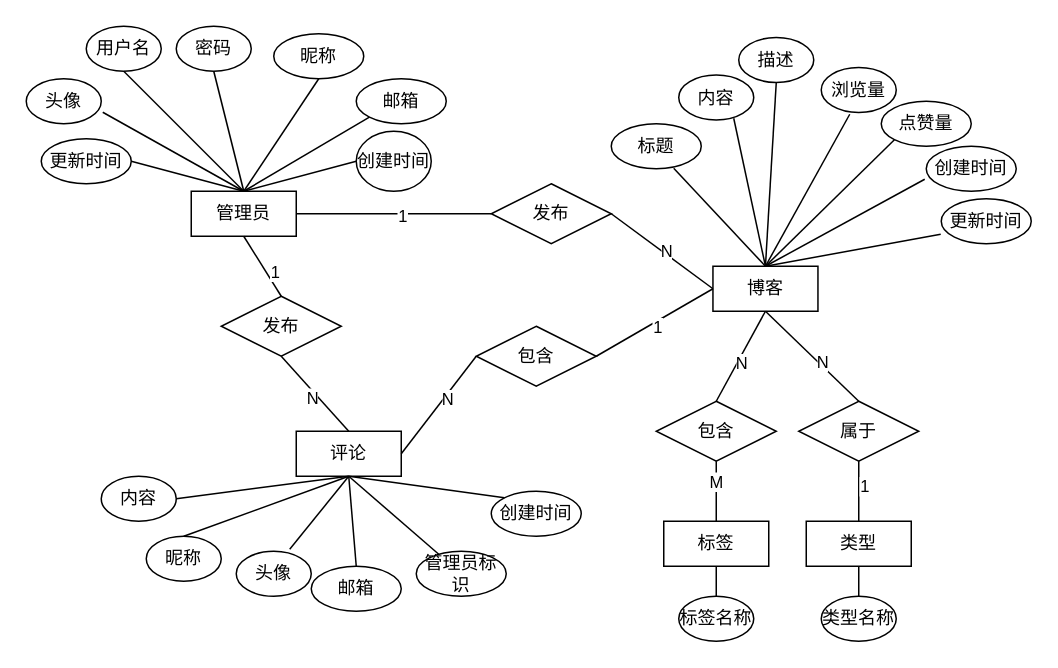
Earlier version of the draw.io diagram 个人博客系统E-R图.drawio (zyl-2000/draw). Source tidied: cells renumbered, new cells numbered last; positions are measured from the earlier drawing's top-left corner, leaving out a move shared by most shapes. Both pictures are drawn from the tidied source at 150%, with x=0, y=0 at pixel (26, 26).
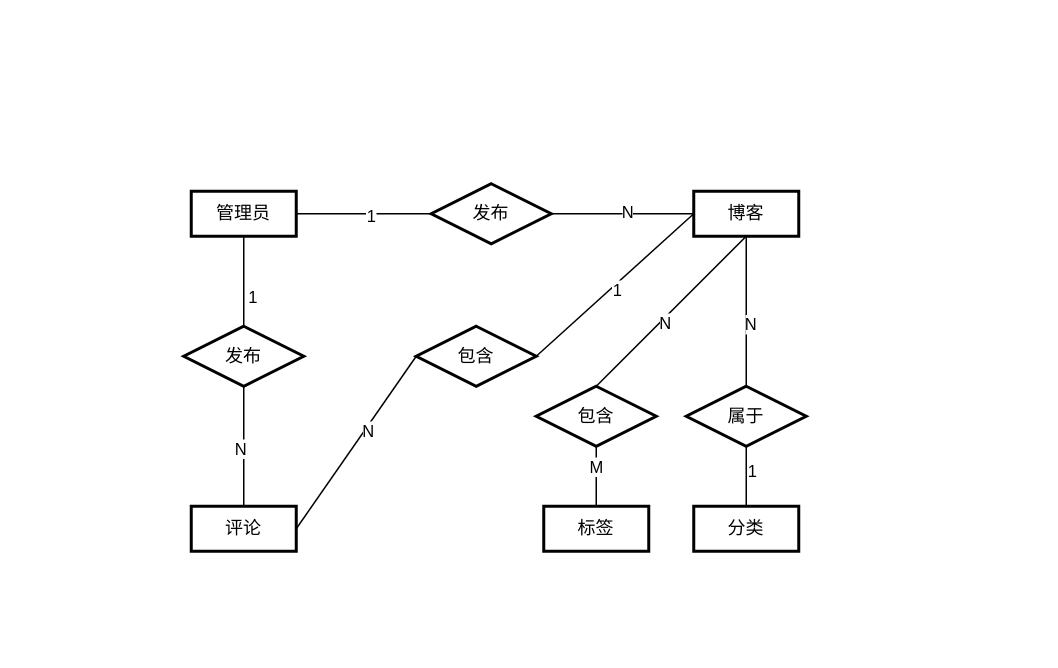
Above is the later version.

Commit message:
更新个人博客系统E-R图.drawio

What changed in the source:
```diff
@@
-    <mxCell id="2" value="管理员" style="rounded=0;whiteSpace=wrap;html=1;" parent="1" vertex="1">
+    <mxCell id="2" value="管理员" style="rounded=0;whiteSpace=wrap;html=1;strokeWidth=2;" parent="1" vertex="1">
       <mxGeometry x="110" y="110" width="70" height="30" as="geometry" />
     </mxCell>
-    <mxCell id="3" value="用户名" style="ellipse;whiteSpace=wrap;html=1;" parent="1" vertex="1">
-      <mxGeometry x="40" width="50" height="30" as="geometry" />
-    </mxCell>
-    <mxCell id="4" value="密码" style="ellipse;whiteSpace=wrap;html=1;" parent="1" vertex="1">
-      <mxGeometry x="100" width="50" height="30" as="geometry" />
-    </mxCell>
-    <mxCell id="5" value="昵称" style="ellipse;whiteSpace=wrap;html=1;" parent="1" vertex="1">
-      <mxGeometry x="165" y="5" width="60" height="30" as="geometry" />
-    </mxCell>
-    <mxCell id="6" value="邮箱" style="ellipse;whiteSpace=wrap;html=1;" parent="1" vertex="1">
-      <mxGeometry x="220" y="35" width="60" height="30" as="geometry" />
-    </mxCell>
-    <mxCell id="7" value="头像" style="ellipse;whiteSpace=wrap;html=1;" parent="1" vertex="1">
-      <mxGeometry y="35" width="50" height="30" as="geometry" />
-    </mxCell>
-    <mxCell id="8" value="更新时间" style="ellipse;whiteSpace=wrap;html=1;" parent="1" vertex="1">
-      <mxGeometry x="10" y="75" width="60" height="30" as="geometry" />
-    </mxCell>
-    <mxCell id="9" value="创建时间" style="ellipse;whiteSpace=wrap;html=1;" parent="1" vertex="1">
-      <mxGeometry x="220" y="70" width="50" height="40" as="geometry" />
-    </mxCell>
-    <mxCell id="10" value="博客" style="rounded=0;whiteSpace=wrap;html=1;" parent="1" vertex="1">
-      <mxGeometry x="457.8" y="160" width="70" height="30" as="geometry" />
+    <mxCell id="10" value="博客" style="rounded=0;whiteSpace=wrap;html=1;strokeWidth=2;" parent="1" vertex="1">
+      <mxGeometry x="445" y="110" width="70" height="30" as="geometry" />
     </mxCell>
-    <mxCell id="11" value="描述" style="ellipse;whiteSpace=wrap;html=1;" parent="1" vertex="1">
-      <mxGeometry x="475" y="7.5" width="50" height="30" as="geometry" />
-    </mxCell>
-    <mxCell id="12" value="浏览量" style="ellipse;whiteSpace=wrap;html=1;" parent="1" vertex="1">
-      <mxGeometry x="530" y="27.5" width="50" height="30" as="geometry" />
-    </mxCell>
-    <mxCell id="13" value="点赞量" style="ellipse;whiteSpace=wrap;html=1;" parent="1" vertex="1">
-      <mxGeometry x="570" y="50" width="60" height="30" as="geometry" />
-    </mxCell>
-    <mxCell id="14" value="更新时间" style="ellipse;whiteSpace=wrap;html=1;" parent="1" vertex="1">
-      <mxGeometry x="610" y="115" width="60" height="30" as="geometry" />
-    </mxCell>
-    <mxCell id="15" value="内容" style="ellipse;whiteSpace=wrap;html=1;" parent="1" vertex="1">
-      <mxGeometry x="435" y="32.5" width="50" height="30" as="geometry" />
-    </mxCell>
-    <mxCell id="16" value="标题" style="ellipse;whiteSpace=wrap;html=1;" parent="1" vertex="1">
-      <mxGeometry x="390" y="65" width="60" height="30" as="geometry" />
-    </mxCell>
-    <mxCell id="17" value="创建时间" style="ellipse;whiteSpace=wrap;html=1;" parent="1" vertex="1">
-      <mxGeometry x="600" y="80" width="60" height="30" as="geometry" />
-    </mxCell>
-    <mxCell id="18" value="评论" style="rounded=0;whiteSpace=wrap;html=1;" parent="1" vertex="1">
-      <mxGeometry x="180" y="270" width="70" height="30" as="geometry" />
+    <mxCell id="18" value="评论" style="rounded=0;whiteSpace=wrap;html=1;strokeWidth=2;" parent="1" vertex="1">
+      <mxGeometry x="110" y="320" width="70" height="30" as="geometry" />
     </mxCell>
-    <mxCell id="19" value="昵称" style="ellipse;whiteSpace=wrap;html=1;" parent="1" vertex="1">
-      <mxGeometry x="80" y="340" width="50" height="30" as="geometry" />
-    </mxCell>
-    <mxCell id="20" value="头像" style="ellipse;whiteSpace=wrap;html=1;" parent="1" vertex="1">
-      <mxGeometry x="140" y="350" width="50" height="30" as="geometry" />
-    </mxCell>
-    <mxCell id="21" value="管理员标识" style="ellipse;whiteSpace=wrap;html=1;" parent="1" vertex="1">
-      <mxGeometry x="260" y="350" width="60" height="30" as="geometry" />
-    </mxCell>
-    <mxCell id="22" value="内容" style="ellipse;whiteSpace=wrap;html=1;" parent="1" vertex="1">
-      <mxGeometry x="50" y="300" width="50" height="30" as="geometry" />
-    </mxCell>
-    <mxCell id="23" value="创建时间" style="ellipse;whiteSpace=wrap;html=1;" parent="1" vertex="1">
-      <mxGeometry x="310" y="310" width="60" height="30" as="geometry" />
-    </mxCell>
-    <mxCell id="24" value="类型" style="rounded=0;whiteSpace=wrap;html=1;" parent="1" vertex="1">
-      <mxGeometry x="520" y="330" width="70" height="30" as="geometry" />
+    <mxCell id="24" value="分类" style="rounded=0;whiteSpace=wrap;html=1;strokeWidth=2;" parent="1" vertex="1">
+      <mxGeometry x="445" y="320" width="70" height="30" as="geometry" />
     </mxCell>
-    <mxCell id="25" value="类型名称" style="ellipse;whiteSpace=wrap;html=1;" parent="1" vertex="1">
-      <mxGeometry x="530" y="380" width="50" height="30" as="geometry" />
-    </mxCell>
-    <mxCell id="26" value="标签" style="rounded=0;whiteSpace=wrap;html=1;" parent="1" vertex="1">
-      <mxGeometry x="425" y="330" width="70" height="30" as="geometry" />
+    <mxCell id="26" value="标签" style="rounded=0;whiteSpace=wrap;html=1;strokeWidth=2;" parent="1" vertex="1">
+      <mxGeometry x="345" y="320" width="70" height="30" as="geometry" />
     </mxCell>
-    <mxCell id="27" value="标签名称" style="ellipse;whiteSpace=wrap;html=1;" parent="1" vertex="1">
-      <mxGeometry x="435" y="380" width="50" height="30" as="geometry" />
-    </mxCell>
-    <mxCell id="28" value="发布" style="rhombus;whiteSpace=wrap;html=1;" parent="1" vertex="1">
-      <mxGeometry x="310" y="105" width="80" height="40" as="geometry" />
+    <mxCell id="28" value="发布" style="rhombus;whiteSpace=wrap;html=1;strokeWidth=2;" parent="1" vertex="1">
+      <mxGeometry x="270" y="105" width="80" height="40" as="geometry" />
     </mxCell>
-    <mxCell id="29" value="邮箱" style="ellipse;whiteSpace=wrap;html=1;" parent="1" vertex="1">
-      <mxGeometry x="190" y="360" width="60" height="30" as="geometry" />
-    </mxCell>
-    <mxCell id="30" value="属于" style="rhombus;whiteSpace=wrap;html=1;" parent="1" vertex="1">
-      <mxGeometry x="515" y="250" width="80" height="40" as="geometry" />
+    <mxCell id="30" value="属于" style="rhombus;whiteSpace=wrap;html=1;strokeWidth=2;" parent="1" vertex="1">
+      <mxGeometry x="440" y="240" width="80" height="40" as="geometry" />
     </mxCell>
-    <mxCell id="31" value="包含" style="rhombus;whiteSpace=wrap;html=1;" parent="1" vertex="1">
-      <mxGeometry x="420" y="250" width="80" height="40" as="geometry" />
+    <mxCell id="31" value="包含" style="rhombus;whiteSpace=wrap;html=1;strokeWidth=2;" parent="1" vertex="1">
+      <mxGeometry x="340" y="240" width="80" height="40" as="geometry" />
     </mxCell>
-    <mxCell id="32" style="endArrow=none;html=1;rounded=0;entryX=0.5;entryY=1;entryDx=0;entryDy=0;exitX=0.5;exitY=0;exitDx=0;exitDy=0;" parent="1" edge="1" source="2" target="4">
-      <mxGeometry relative="1" as="geometry" />
-    </mxCell>
-    <mxCell id="33" style="endArrow=none;html=1;rounded=0;entryX=0.5;entryY=0;entryDx=0;entryDy=0;exitX=0.5;exitY=1;exitDx=0;exitDy=0;" parent="1" edge="1" source="5" target="2">
-      <mxGeometry relative="1" as="geometry" />
-    </mxCell>
-    <mxCell id="34" style="endArrow=none;html=1;rounded=0;entryX=0.5;entryY=0;entryDx=0;entryDy=0;exitX=0;exitY=0.5;exitDx=0;exitDy=0;" parent="1" edge="1" source="9" target="2">
-      <mxGeometry relative="1" as="geometry" />
-    </mxCell>
-    <mxCell id="35" style="endArrow=none;html=1;rounded=0;entryX=0.5;entryY=0;entryDx=0;entryDy=0;exitX=0;exitY=1;exitDx=0;exitDy=0;" parent="1" edge="1" source="6" target="2">
-      <mxGeometry relative="1" as="geometry" />
-    </mxCell>
-    <mxCell id="36" style="endArrow=none;html=1;rounded=0;exitX=1;exitY=0.5;exitDx=0;exitDy=0;entryX=0.5;entryY=0;entryDx=0;entryDy=0;" parent="1" edge="1" source="8" target="2">
-      <mxGeometry relative="1" as="geometry" />
-    </mxCell>
-    <mxCell id="37" style="endArrow=none;html=1;rounded=0;exitX=1.02;exitY=0.744;exitDx=0;exitDy=0;exitPerimeter=0;entryX=0.5;entryY=0;entryDx=0;entryDy=0;" parent="1" edge="1" source="7" target="2">
-      <mxGeometry relative="1" as="geometry" />
-    </mxCell>
-    <mxCell id="38" style="endArrow=none;html=1;rounded=0;entryX=0.5;entryY=1;entryDx=0;entryDy=0;exitX=0.5;exitY=0;exitDx=0;exitDy=0;" parent="1" edge="1" source="2" target="3">
-      <mxGeometry relative="1" as="geometry" />
-    </mxCell>
@@
-    <mxCell id="43" style="endArrow=none;html=1;rounded=0;entryX=0.5;entryY=1;entryDx=0;entryDy=0;exitX=0.5;exitY=0;exitDx=0;exitDy=0;" parent="1" edge="1" source="19" target="18">
-      <mxGeometry relative="1" as="geometry" />
-    </mxCell>
-    <mxCell id="44" style="endArrow=none;html=1;rounded=0;entryX=0.5;entryY=0;entryDx=0;entryDy=0;exitX=0.5;exitY=1;exitDx=0;exitDy=0;" parent="1" edge="1" source="18" target="29">
-      <mxGeometry relative="1" as="geometry" />
-    </mxCell>
-    <mxCell id="45" style="endArrow=none;html=1;rounded=0;entryX=0.713;entryY=-0.044;entryDx=0;entryDy=0;exitX=0.5;exitY=1;exitDx=0;exitDy=0;entryPerimeter=0;" parent="1" edge="1" source="18" target="20">
-      <mxGeometry relative="1" as="geometry" />
-    </mxCell>
-    <mxCell id="46" style="endArrow=none;html=1;rounded=0;exitX=0.5;exitY=1;exitDx=0;exitDy=0;" parent="1" edge="1" source="18" target="21">
-      <mxGeometry relative="1" as="geometry" />
-    </mxCell>
-    <mxCell id="47" style="endArrow=none;html=1;rounded=0;entryX=0.5;entryY=1;entryDx=0;entryDy=0;exitX=0;exitY=0;exitDx=0;exitDy=0;" parent="1" edge="1" source="23" target="18">
-      <mxGeometry relative="1" as="geometry" />
-    </mxCell>
-    <mxCell id="48" style="endArrow=none;html=1;rounded=0;entryX=0.5;entryY=0;entryDx=0;entryDy=0;exitX=-0.006;exitY=0.789;exitDx=0;exitDy=0;exitPerimeter=0;" parent="1" edge="1" source="14" target="10">
-      <mxGeometry relative="1" as="geometry" />
-    </mxCell>
-    <mxCell id="49" style="endArrow=none;html=1;rounded=0;entryX=0.5;entryY=0;entryDx=0;entryDy=0;exitX=-0.017;exitY=0.733;exitDx=0;exitDy=0;exitPerimeter=0;" parent="1" edge="1" source="17" target="10">
-      <mxGeometry relative="1" as="geometry" />
-    </mxCell>
-    <mxCell id="50" style="endArrow=none;html=1;rounded=0;entryX=0.5;entryY=0;entryDx=0;entryDy=0;exitX=0.38;exitY=1.039;exitDx=0;exitDy=0;exitPerimeter=0;" parent="1" edge="1" source="12" target="10">
-      <mxGeometry relative="1" as="geometry" />
-    </mxCell>
-    <mxCell id="51" style="endArrow=none;html=1;rounded=0;entryX=0.5;entryY=0;entryDx=0;entryDy=0;exitX=0;exitY=1;exitDx=0;exitDy=0;" parent="1" edge="1" source="13" target="10">
-      <mxGeometry relative="1" as="geometry" />
-    </mxCell>
-    <mxCell id="52" style="endArrow=none;html=1;rounded=0;entryX=0.5;entryY=0;entryDx=0;entryDy=0;exitX=0.5;exitY=1;exitDx=0;exitDy=0;" parent="1" edge="1" source="11" target="10">
-      <mxGeometry relative="1" as="geometry" />
-    </mxCell>
-    <mxCell id="53" style="endArrow=none;html=1;rounded=0;entryX=0.5;entryY=0;entryDx=0;entryDy=0;exitX=0.733;exitY=0.961;exitDx=0;exitDy=0;exitPerimeter=0;" parent="1" edge="1" source="15" target="10">
-      <mxGeometry relative="1" as="geometry" />
-    </mxCell>
-    <mxCell id="54" style="endArrow=none;html=1;rounded=0;entryX=0.5;entryY=0;entryDx=0;entryDy=0;exitX=0.694;exitY=0.989;exitDx=0;exitDy=0;exitPerimeter=0;" parent="1" edge="1" source="16" target="10">
-      <mxGeometry relative="1" as="geometry" />
-    </mxCell>
@@
-    <mxCell id="59" style="endArrow=none;html=1;rounded=0;entryX=0.5;entryY=0;entryDx=0;entryDy=0;exitX=0.5;exitY=1;exitDx=0;exitDy=0;" parent="1" edge="1" source="24" target="25">
-      <mxGeometry relative="1" as="geometry" />
-    </mxCell>
-    <mxCell id="60" style="endArrow=none;html=1;rounded=0;exitX=0.5;exitY=0;exitDx=0;exitDy=0;" parent="1" edge="1" source="27" target="26">
-      <mxGeometry relative="1" as="geometry" />
-    </mxCell>
-    <mxCell id="61" style="endArrow=none;html=1;rounded=0;entryX=0.5;entryY=1;entryDx=0;entryDy=0;exitX=1;exitY=0.5;exitDx=0;exitDy=0;" parent="1" edge="1" source="22" target="18">
-      <mxGeometry relative="1" as="geometry" />
-    </mxCell>
@@
-    <mxCell id="68" value="发布" style="rhombus;whiteSpace=wrap;html=1;" parent="1" vertex="1">
-      <mxGeometry x="130" y="180" width="80" height="40" as="geometry" />
+    <mxCell id="68" value="发布" style="rhombus;whiteSpace=wrap;html=1;strokeWidth=2;" parent="1" vertex="1">
+      <mxGeometry x="105" y="200" width="80" height="40" as="geometry" />
     </mxCell>
@@
-    <mxCell id="71" value="包含" style="rhombus;whiteSpace=wrap;html=1;" parent="1" vertex="1">
-      <mxGeometry x="300" y="200" width="80" height="40" as="geometry" />
+    <mxCell id="71" value="包含" style="rhombus;whiteSpace=wrap;html=1;strokeWidth=2;" parent="1" vertex="1">
+      <mxGeometry x="260" y="200" width="80" height="40" as="geometry" />
     </mxCell>
```
